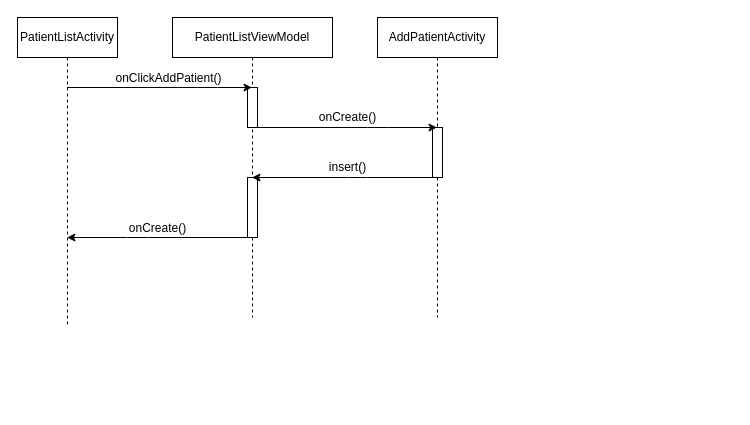
JKCHacking/DentalProfileApp keeps this draw.io diagram as docs/add_patient_design.drawio. Above is the earlier version. Source tidied: cells renumbered, new cells numbered last; positions are measured from the earlier drawing's top-left corner, leaving out a move shared by most shapes. Both pictures are drawn from the tidied source at 100%, with x=0, y=0 at pixel (17, 17).
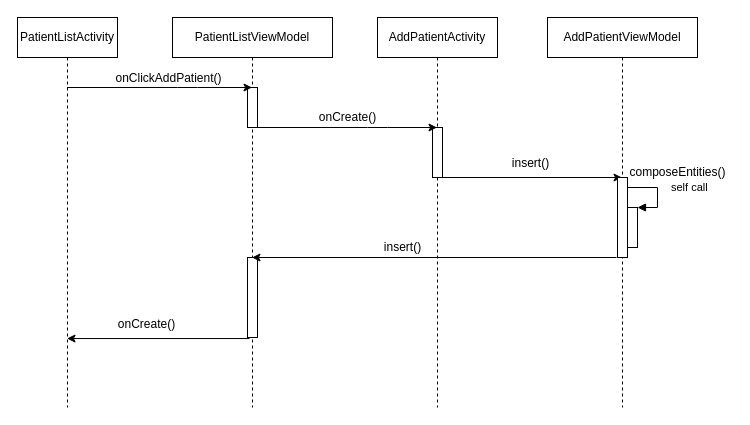
Above is the later version.

Diff of the diagram source:
```diff
@@
     <mxCell id="2" value="PatientListActivity" style="shape=umlLifeline;perimeter=lifelinePerimeter;whiteSpace=wrap;html=1;outlineConnect=0;" parent="1" vertex="1">
-      <mxGeometry width="100" height="310" as="geometry" />
+      <mxGeometry width="100" height="390" as="geometry" />
     </mxCell>
     <mxCell id="3" value="PatientListViewModel" style="shape=umlLifeline;perimeter=lifelinePerimeter;whiteSpace=wrap;html=1;outlineConnect=0;" parent="1" vertex="1">
-      <mxGeometry x="155" width="160" height="300" as="geometry" />
+      <mxGeometry x="155" width="160" height="390" as="geometry" />
     </mxCell>
@@
-    <mxCell id="5" style="html=1;perimeter=orthogonalPerimeter;" parent="3" vertex="1">
-      <mxGeometry x="75" y="160" width="10" height="60" as="geometry" />
-    </mxCell>
+    <mxCell id="16" style="html=1;points=[];perimeter=orthogonalPerimeter;" parent="3" vertex="1">
+      <mxGeometry x="75" y="240" width="10" height="80" as="geometry" />
+    </mxCell>
     <mxCell id="6" value="AddPatientActivity" style="shape=umlLifeline;perimeter=lifelinePerimeter;whiteSpace=wrap;html=1;outlineConnect=0;" parent="1" vertex="1">
-      <mxGeometry x="360" width="120" height="300" as="geometry" />
+      <mxGeometry x="360" width="120" height="390" as="geometry" />
     </mxCell>
@@
+    <mxCell id="17" style="endArrow=classic;html=1;" parent="6" edge="1" target="18">
+      <mxGeometry relative="1" as="geometry">
+        <mxPoint x="60" y="160" as="sourcePoint" />
+      </mxGeometry>
+    </mxCell>
@@
-    <mxCell id="12" style="endArrow=classic;html=1;" parent="1" edge="1" source="6" target="3">
-      <mxGeometry relative="1" as="geometry">
-        <Array as="points">
-          <mxPoint x="340" y="160" />
-        </Array>
-      </mxGeometry>
-    </mxCell>
-    <mxCell id="13" value="insert()" style="text;html=1;align=center;verticalAlign=middle;" parent="1" vertex="1">
-      <mxGeometry x="305" y="140" width="50" height="20" as="geometry" />
-    </mxCell>
-    <mxCell id="14" style="endArrow=classic;html=1;" parent="1" edge="1" source="3" target="2">
-      <mxGeometry relative="1" as="geometry">
-        <Array as="points">
-          <mxPoint x="120" y="220" />
-        </Array>
-      </mxGeometry>
-    </mxCell>
+    <mxCell id="18" value="AddPatientViewModel" style="shape=umlLifeline;perimeter=lifelinePerimeter;whiteSpace=wrap;html=1;outlineConnect=0;" parent="1" vertex="1">
+      <mxGeometry x="530" width="150" height="390" as="geometry" />
+    </mxCell>
+    <mxCell id="19" style="html=1;points=[];perimeter=orthogonalPerimeter;" parent="18" vertex="1">
+      <mxGeometry x="70" y="160" width="10" height="80" as="geometry" />
+    </mxCell>
+    <mxCell id="20" style="html=1;points=[];perimeter=orthogonalPerimeter;" parent="18" vertex="1">
+      <mxGeometry x="80" y="190" width="10" height="40" as="geometry" />
+    </mxCell>
+    <mxCell id="21" value="self call" style="edgeStyle=orthogonalEdgeStyle;html=1;align=left;spacingLeft=2;endArrow=block;rounded=0;entryX=1;entryY=0;" parent="18" edge="1" target="20">
+      <mxGeometry x="-0.14" y="10" relative="1" as="geometry">
+        <mxPoint x="80" y="170" as="sourcePoint" />
+        <Array as="points">
+          <mxPoint x="110" y="170" />
+        </Array>
+      </mxGeometry>
+    </mxCell>
+    <mxCell id="22" value="insert()" style="text;html=1;align=center;verticalAlign=middle;" parent="1" vertex="1">
+      <mxGeometry x="488" y="136" width="50" height="20" as="geometry" />
+    </mxCell>
+    <mxCell id="23" value="composeEntities()" style="text;html=1;align=center;verticalAlign=middle;" parent="1" vertex="1">
+      <mxGeometry x="605" y="145" width="110" height="20" as="geometry" />
+    </mxCell>
+    <mxCell id="24" style="endArrow=classic;html=1;exitX=-0.1;exitY=1;exitDx=0;exitDy=0;exitPerimeter=0;" parent="1" edge="1" source="19" target="3">
+      <mxGeometry relative="1" as="geometry" />
+    </mxCell>
+    <mxCell id="25" value="insert()" style="text;html=1;align=center;verticalAlign=middle;" parent="1" vertex="1">
+      <mxGeometry x="360" y="220" width="50" height="20" as="geometry" />
+    </mxCell>
+    <mxCell id="26" style="endArrow=classic;html=1;exitX=0.2;exitY=1.013;exitDx=0;exitDy=0;exitPerimeter=0;" parent="1" edge="1" source="16" target="2">
+      <mxGeometry relative="1" as="geometry" />
+    </mxCell>
-    <mxCell id="15" value="onCreate()&lt;br&gt;" style="text;html=1;align=center;verticalAlign=middle;labelBackgroundColor=#ffffff;" parent="14" vertex="1">
-      <mxGeometry x="0.24" y="19" relative="1" as="geometry">
-        <mxPoint x="19.5" y="-29" as="offset" />
-      </mxGeometry>
+    <mxCell id="15" value="onCreate()" style="text;html=1;align=center;verticalAlign=middle;" parent="1" vertex="1">
+      <mxGeometry x="94" y="297" width="70" height="20" as="geometry" />
     </mxCell>
```
